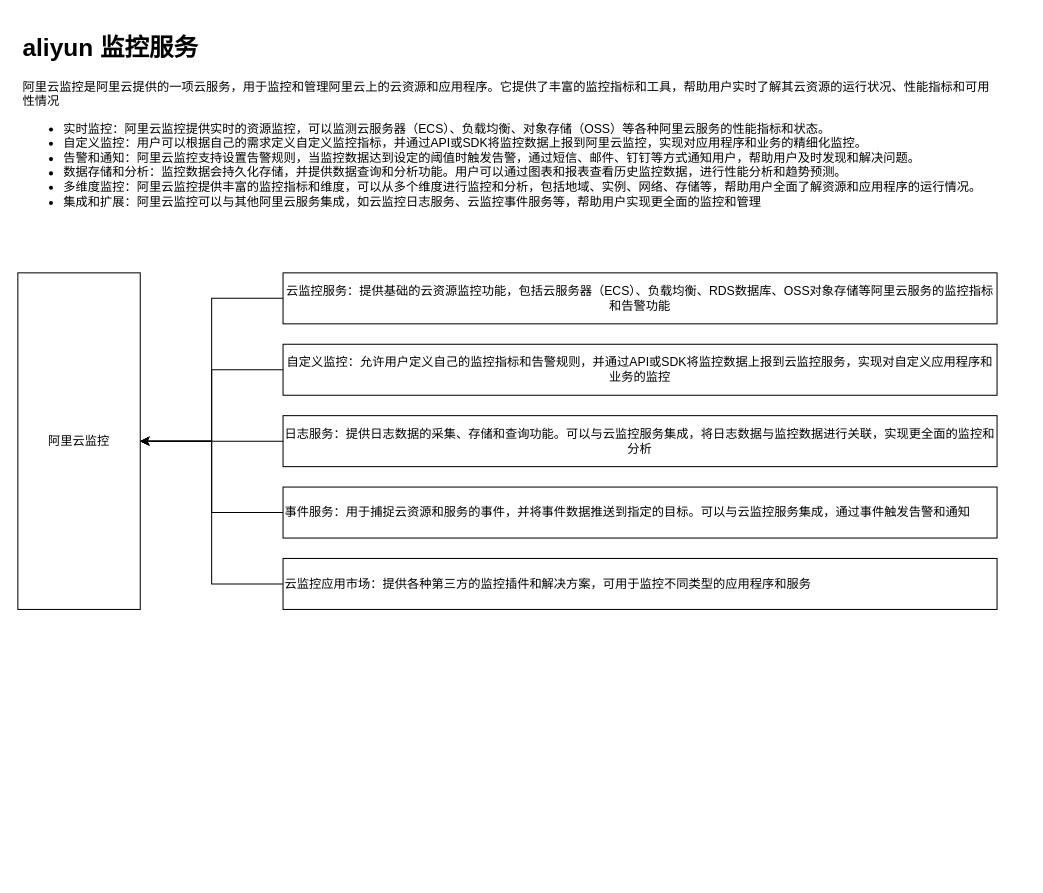
Before: aliyun monitor.drawio in dengkefu/draw.io, a draw.io diagram. Source tidied: cells renumbered, new cells numbered last; positions are measured from the earlier drawing's top-left corner, leaving out a move shared by most shapes. Both pictures are drawn from the tidied source at 102%, with x=0, y=0 at pixel (17, 28).
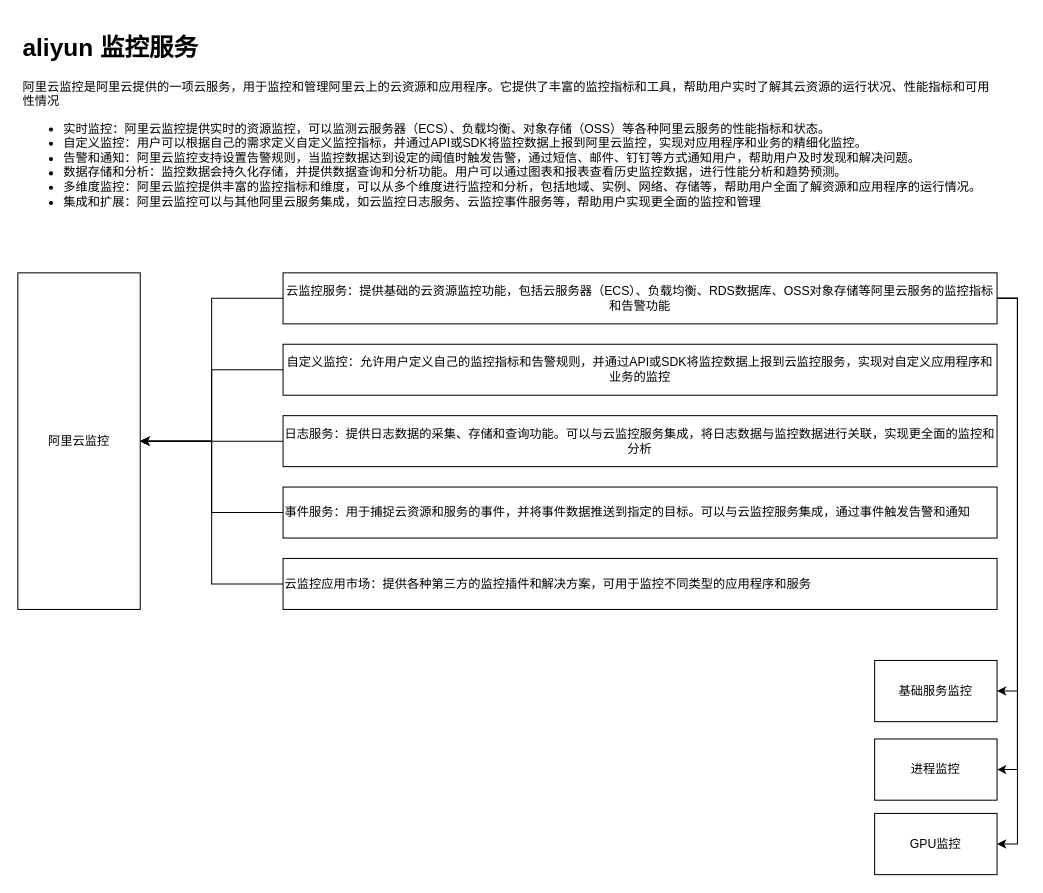
The same diagram, later.

The edit, as a diff of the source:
```diff
@@
 <mxGraphModel>
   <root>
     <mxCell id="0" />
     <mxCell id="1" parent="0" />
     <mxCell id="2" value="&lt;h1&gt;aliyun 监控服务&lt;/h1&gt;&lt;p&gt;阿里云监控是阿里云提供的一项云服务，用于监控和管理阿里云上的云资源和应用程序。它提供了丰富的监控指标和工具，帮助用户实时了解其云资源的运行状况、性能指标和可用性情况&lt;br&gt;&lt;/p&gt;&lt;p&gt;&lt;/p&gt;&lt;ul&gt;&lt;li&gt;实时监控：阿里云监控提供实时的资源监控，可以监测云服务器（ECS）、负载均衡、对象存储（OSS）等各种阿里云服务的性能指标和状态。&lt;/li&gt;&lt;li&gt;自定义监控：用户可以根据自己的需求定义自定义监控指标，并通过API或SDK将监控数据上报到阿里云监控，实现对应用程序和业务的精细化监控。&lt;/li&gt;&lt;li&gt;告警和通知：阿里云监控支持设置告警规则，当监控数据达到设定的阈值时触发告警，通过短信、邮件、钉钉等方式通知用户，帮助用户及时发现和解决问题。&lt;/li&gt;&lt;li&gt;数据存储和分析：监控数据会持久化存储，并提供数据查询和分析功能。用户可以通过图表和报表查看历史监控数据，进行性能分析和趋势预测。&lt;/li&gt;&lt;li&gt;多维度监控：阿里云监控提供丰富的监控指标和维度，可以从多个维度进行监控和分析，包括地域、实例、网络、存储等，帮助用户全面了解资源和应用程序的运行情况。&lt;/li&gt;&lt;li&gt;集成和扩展：阿里云监控可以与其他阿里云服务集成，如云监控日志服务、云监控事件服务等，帮助用户实现更全面的监控和管理&lt;/li&gt;&lt;/ul&gt;&lt;p&gt;&lt;/p&gt;" style="text;html=1;strokeColor=none;fillColor=none;spacing=5;spacingTop=-20;whiteSpace=wrap;overflow=hidden;rounded=0;" parent="1" vertex="1">
       <mxGeometry width="960" height="200" as="geometry" />
     </mxCell>
     <mxCell id="3" value="阿里云监控" style="rounded=0;whiteSpace=wrap;html=1;" parent="1" vertex="1">
       <mxGeometry y="240" width="120" height="330" as="geometry" />
     </mxCell>
     <mxCell id="4" style="edgeStyle=orthogonalEdgeStyle;rounded=0;jettySize=auto;html=1;entryX=1;entryY=0.5;entryDx=0;entryDy=0;" parent="1" edge="1" source="5" target="3">
       <mxGeometry relative="1" as="geometry" />
     </mxCell>
+    <mxCell id="14" style="edgeStyle=orthogonalEdgeStyle;rounded=0;jettySize=auto;html=1;entryX=1;entryY=0.5;entryDx=0;entryDy=0;exitX=1;exitY=0.5;exitDx=0;exitDy=0;" parent="1" edge="1" source="5" target="17">
+      <mxGeometry relative="1" as="geometry" />
+    </mxCell>
+    <mxCell id="15" style="edgeStyle=orthogonalEdgeStyle;rounded=0;jettySize=auto;html=1;entryX=1;entryY=0.5;entryDx=0;entryDy=0;exitX=1;exitY=0.5;exitDx=0;exitDy=0;" parent="1" edge="1" source="5" target="18">
+      <mxGeometry relative="1" as="geometry" />
+    </mxCell>
+    <mxCell id="16" style="edgeStyle=orthogonalEdgeStyle;rounded=0;jettySize=auto;html=1;entryX=1;entryY=0.5;entryDx=0;entryDy=0;exitX=1;exitY=0.5;exitDx=0;exitDy=0;" parent="1" edge="1" source="5" target="19">
+      <mxGeometry relative="1" as="geometry" />
+    </mxCell>
     <mxCell id="5" value="云监控服务：提供基础的云资源监控功能，包括云服务器（ECS）、负载均衡、RDS数据库、OSS对象存储等阿里云服务的监控指标和告警功能" style="rounded=0;whiteSpace=wrap;html=1;align=center;" parent="1" vertex="1">
       <mxGeometry x="260" y="240" width="700" height="50" as="geometry" />
     </mxCell>
     <mxCell id="6" style="edgeStyle=orthogonalEdgeStyle;rounded=0;jettySize=auto;html=1;entryX=1;entryY=0.5;entryDx=0;entryDy=0;" parent="1" edge="1" source="7" target="3">
       <mxGeometry relative="1" as="geometry" />
     </mxCell>
     <mxCell id="7" value="自定义监控：允许用户定义自己的监控指标和告警规则，并通过API或SDK将监控数据上报到云监控服务，实现对自定义应用程序和业务的监控" style="rounded=0;whiteSpace=wrap;html=1;" parent="1" vertex="1">
       <mxGeometry x="260" y="310" width="700" height="50" as="geometry" />
     </mxCell>
     <mxCell id="8" style="edgeStyle=orthogonalEdgeStyle;rounded=0;jettySize=auto;html=1;entryX=1;entryY=0.5;entryDx=0;entryDy=0;" parent="1" edge="1" source="9" target="3">
       <mxGeometry relative="1" as="geometry" />
     </mxCell>
     <mxCell id="9" value="云监控应用市场：提供各种第三方的监控插件和解决方案，可用于监控不同类型的应用程序和服务" style="rounded=0;whiteSpace=wrap;html=1;align=left;" parent="1" vertex="1">
       <mxGeometry x="260" y="520" width="700" height="50" as="geometry" />
     </mxCell>
     <mxCell id="10" style="edgeStyle=orthogonalEdgeStyle;rounded=0;jettySize=auto;html=1;entryX=1;entryY=0.5;entryDx=0;entryDy=0;" parent="1" edge="1" source="11" target="3">
       <mxGeometry relative="1" as="geometry" />
     </mxCell>
     <mxCell id="11" value="事件服务：用于捕捉云资源和服务的事件，并将事件数据推送到指定的目标。可以与云监控服务集成，通过事件触发告警和通知" style="rounded=0;whiteSpace=wrap;html=1;align=left;" parent="1" vertex="1">
       <mxGeometry x="260" y="450" width="700" height="50" as="geometry" />
     </mxCell>
     <mxCell id="12" style="edgeStyle=orthogonalEdgeStyle;rounded=0;jettySize=auto;html=1;" parent="1" edge="1" source="13" target="3">
       <mxGeometry relative="1" as="geometry" />
     </mxCell>
     <mxCell id="13" value="日志服务：提供日志数据的采集、存储和查询功能。可以与云监控服务集成，将日志数据与监控数据进行关联，实现更全面的监控和分析" style="rounded=0;whiteSpace=wrap;html=1;" parent="1" vertex="1">
       <mxGeometry x="260" y="380" width="700" height="50" as="geometry" />
     </mxCell>
+    <mxCell id="17" value="基础服务监控" style="rounded=0;whiteSpace=wrap;html=1;" parent="1" vertex="1">
+      <mxGeometry x="840" y="620" width="120" height="60" as="geometry" />
+    </mxCell>
+    <mxCell id="18" value="进程监控" style="rounded=0;whiteSpace=wrap;html=1;" parent="1" vertex="1">
+      <mxGeometry x="840" y="697" width="120" height="60" as="geometry" />
+    </mxCell>
+    <mxCell id="19" value="GPU监控" style="rounded=0;whiteSpace=wrap;html=1;" parent="1" vertex="1">
+      <mxGeometry x="840" y="770" width="120" height="60" as="geometry" />
+    </mxCell>
   </root>
 </mxGraphModel>
```
